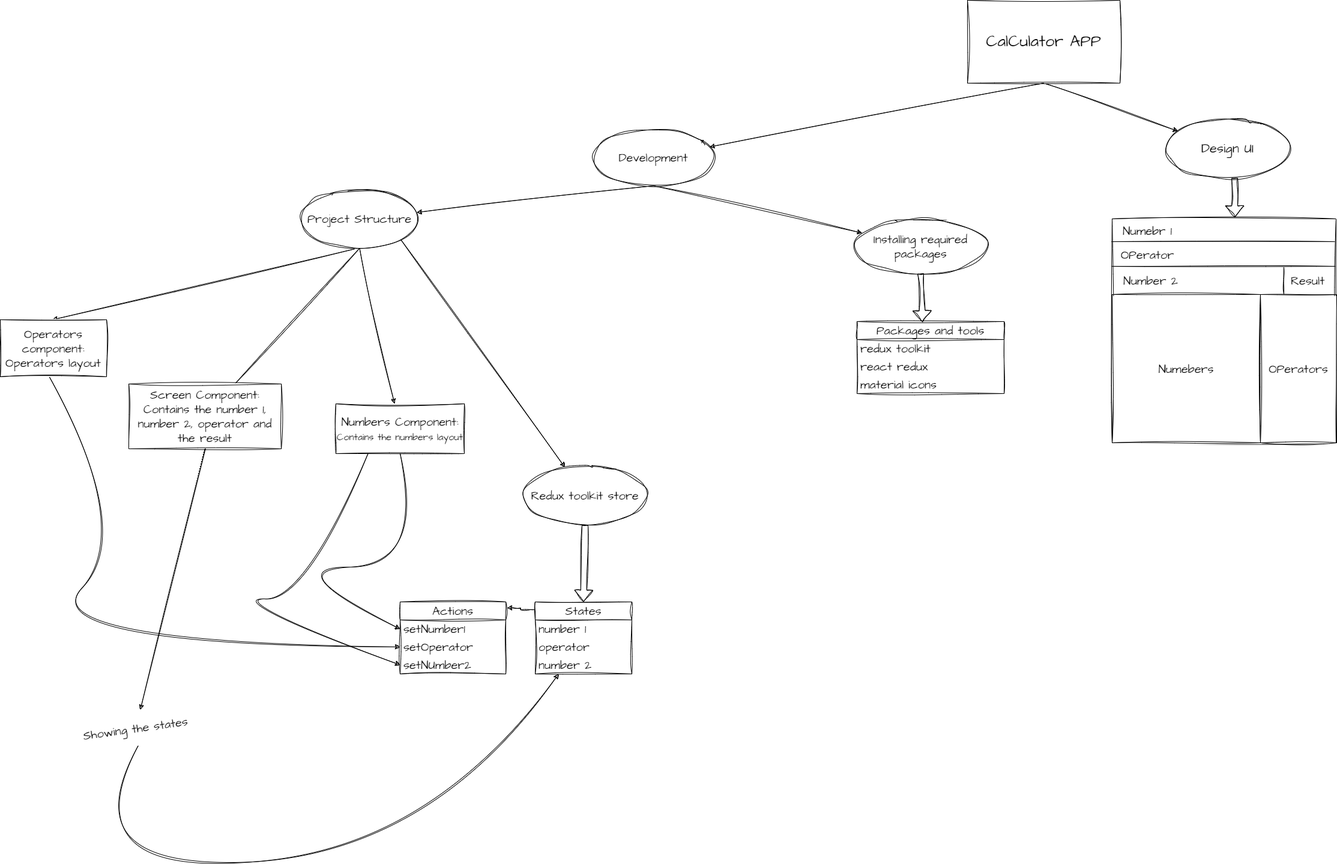
This is Project Plan.png from AbdulrahmanIsmael/Calculator, a draw.io export, as it was before one commit. Source tidied: cells renumbered, new cells last; positions are measured from the earlier drawing's top-left corner, leaving out a move shared by most shapes.
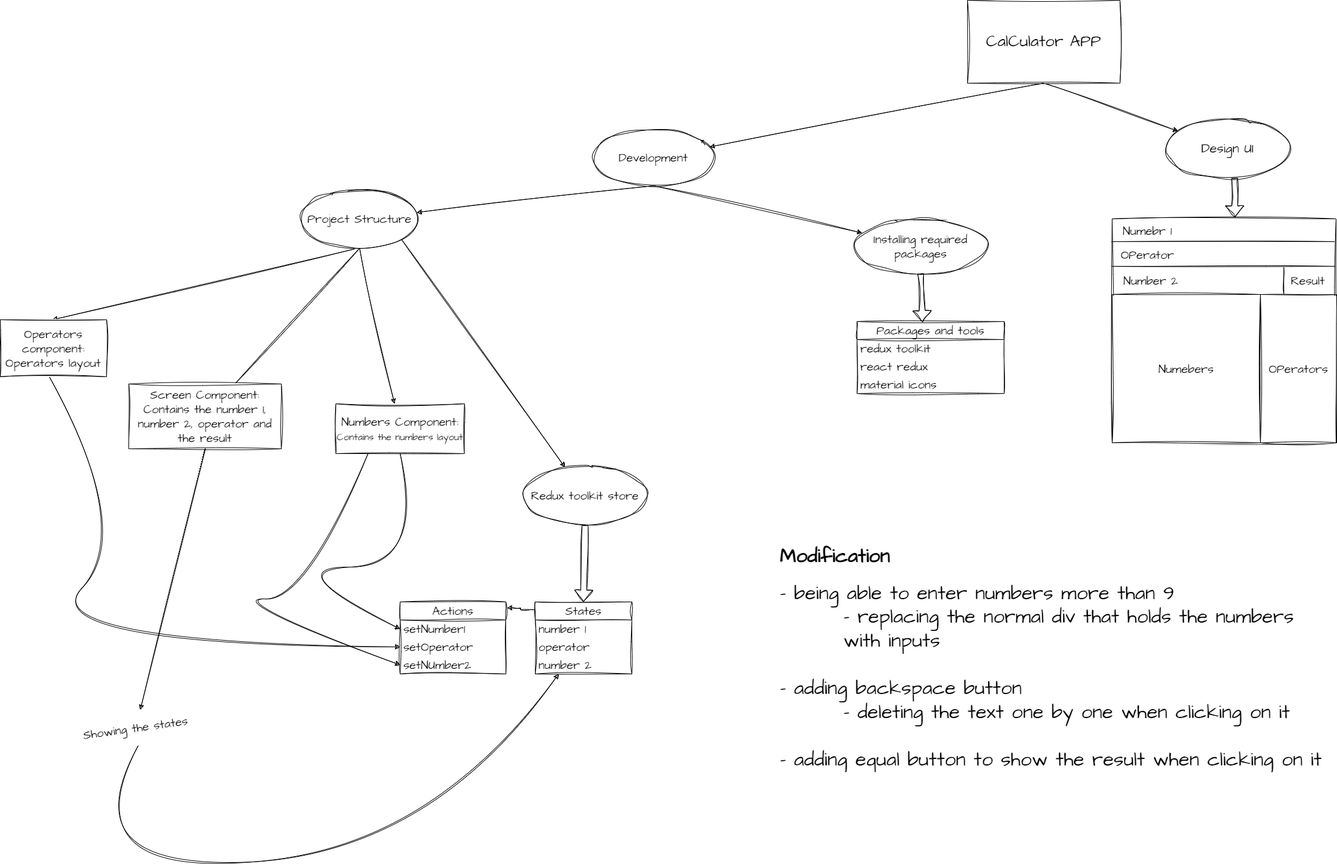
The same file after the commit.

The edit, as a diff of the source:
```diff
@@ -178,5 +178,8 @@
     <mxCell id="51" value="Showing the states" style="text;html=1;strokeColor=none;fillColor=none;align=center;verticalAlign=middle;whiteSpace=wrap;rounded=0;fontSize=20;fontFamily=Architects Daughter;rotation=-8;labelBackgroundColor=none;sketch=1;curveFitting=1;jiggle=2;" parent="1" vertex="1">
       <mxGeometry x="121" y="1183" width="209" height="59" as="geometry" />
     </mxCell>
+    <mxCell id="52" value="&lt;h1 style=&quot;font-size: 33px;&quot;&gt;&lt;font style=&quot;font-size: 33px;&quot;&gt;Modification&lt;/font&gt;&lt;/h1&gt;&lt;div style=&quot;font-size: 33px;&quot;&gt;&lt;font style=&quot;font-size: 33px;&quot;&gt;- being able to enter numbers more than 9&lt;/font&gt;&lt;/div&gt;&lt;div style=&quot;font-size: 33px;&quot;&gt;&lt;font style=&quot;font-size: 33px;&quot;&gt;&lt;span style=&quot;white-space: pre;&quot;&gt;&#9;&lt;/span&gt;- replacing the normal div that holds the numbers &lt;span style=&quot;white-space: pre;&quot;&gt;&#9;&lt;/span&gt;with inputs&lt;br&gt;&lt;/font&gt;&lt;/div&gt;&lt;div style=&quot;font-size: 33px;&quot;&gt;&lt;font style=&quot;font-size: 33px;&quot;&gt;&lt;br&gt;&lt;/font&gt;&lt;/div&gt;&lt;div style=&quot;font-size: 33px;&quot;&gt;&lt;font style=&quot;font-size: 33px;&quot;&gt;- adding backspace button&lt;/font&gt;&lt;/div&gt;&lt;div style=&quot;font-size: 33px;&quot;&gt;&lt;font style=&quot;font-size: 33px;&quot;&gt;&lt;span style=&quot;white-space: pre;&quot;&gt;&#9;&lt;/span&gt;- deleting the text one by one when clicking on it&lt;br&gt;&lt;/font&gt;&lt;/div&gt;&lt;div style=&quot;font-size: 33px;&quot;&gt;&lt;font style=&quot;font-size: 33px;&quot;&gt;&lt;br&gt;&lt;/font&gt;&lt;/div&gt;&lt;div style=&quot;font-size: 33px;&quot;&gt;&lt;font style=&quot;font-size: 33px;&quot;&gt;- adding equal button to show the result when clicking on it&lt;/font&gt;&lt;/div&gt;" style="text;html=1;strokeColor=none;fillColor=none;spacing=5;spacingTop=-20;whiteSpace=wrap;overflow=hidden;rounded=0;fontSize=20;fontFamily=Architects Daughter;" parent="1" vertex="1">
+      <mxGeometry x="1294" y="895" width="932" height="406" as="geometry" />
+    </mxCell>
   </root>
 </mxGraphModel>
```
